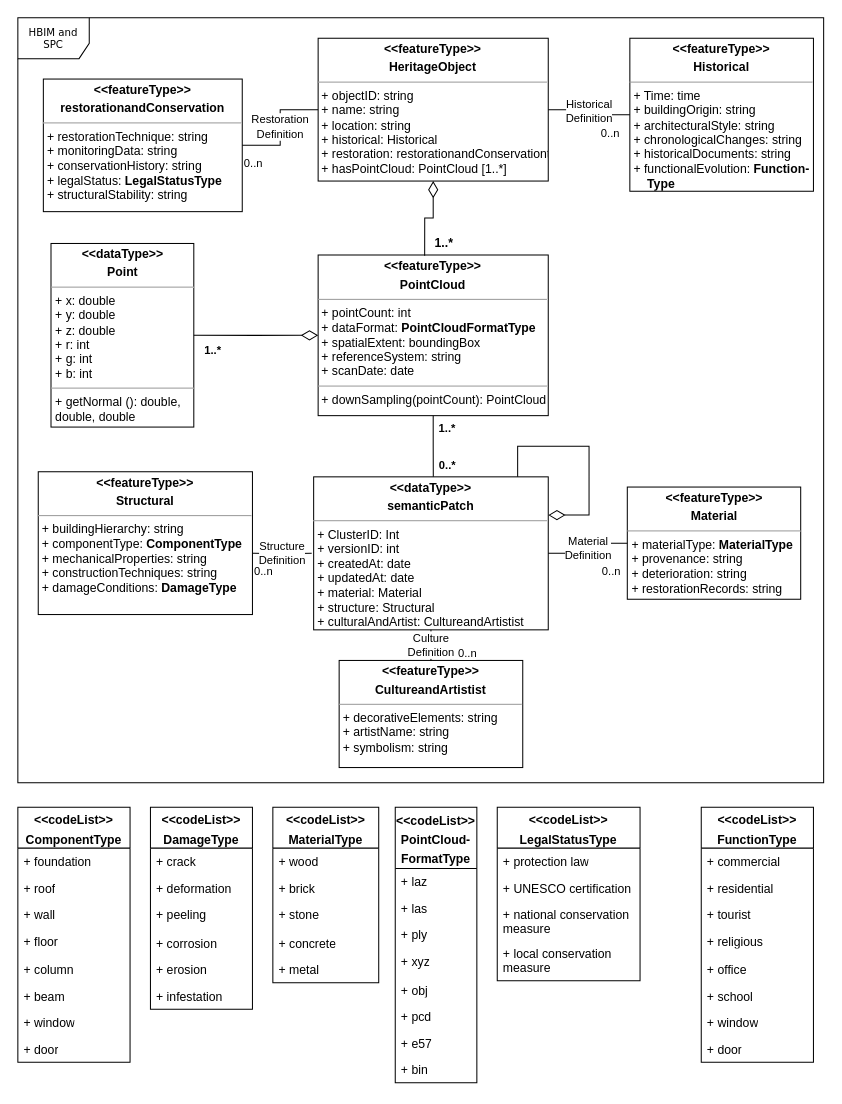
Earlier version of the draw.io diagram Untitled Diagram.drawio (Zhuoyuee/thesis). Source tidied: cells renumbered, new cells numbered last; positions are measured from the earlier drawing's top-left corner, leaving out a move shared by most shapes. Both pictures are drawn from the tidied source at 102%, with x=0, y=0 at pixel (17, 17).
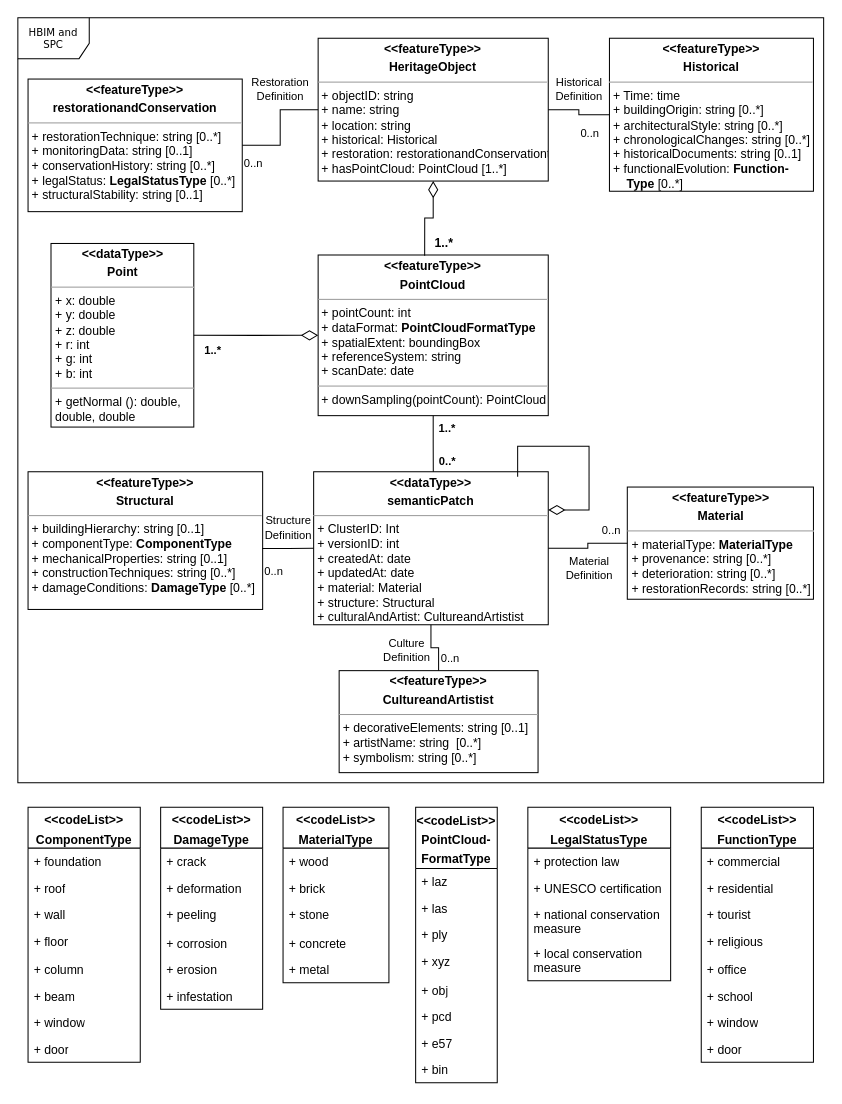
After the change.

Unchanged cells that the change refers to:
```xml
<mxCell id="4" value="&lt;p style=&quot;margin:0px;margin-top:4px;text-align:center;&quot;&gt;&lt;b&gt;&amp;lt;&amp;lt;featureType&amp;gt;&amp;gt;&lt;/b&gt;&lt;b&gt;&lt;/b&gt;&lt;/p&gt;&lt;p style=&quot;margin:0px;margin-top:4px;text-align:center;&quot;&gt;&lt;b&gt;HeritageObject&lt;/b&gt;&lt;/p&gt;&lt;hr size=&quot;1&quot;&gt;&lt;p style=&quot;margin:0px;margin-left:4px;&quot;&gt;+ objectID: string&lt;br&gt;+ name: string&lt;/p&gt;&lt;p style=&quot;margin:0px;margin-left:4px;&quot;&gt;+ location: string&lt;/p&gt;&lt;p style=&quot;margin:0px;margin-left:4px;&quot;&gt;+ historical: Historical&lt;/p&gt;&lt;p style=&quot;margin: 0px 0px 0px 4px;&quot;&gt;+ restoration:&amp;nbsp;&lt;span style=&quot;background-color: transparent; color: light-dark(rgb(0, 0, 0), rgb(255, 255, 255)); text-align: center;&quot;&gt;restorationandConservationt&lt;/span&gt;&lt;/p&gt;&lt;p style=&quot;margin:0px;margin-left:4px;&quot;&gt;+ hasPointCloud: PointCloud [1..*]&lt;/p&gt;" style="verticalAlign=top;align=left;overflow=fill;fontSize=12;fontFamily=Helvetica;html=1;rounded=0;shadow=0;comic=0;labelBackgroundColor=none;strokeWidth=1;" parent="1" vertex="1">
  <mxGeometry x="294.4" y="20" width="225.6" height="140" as="geometry" />
</mxCell>
```

Change to the diagram source:
```diff
@@
-    <mxCell id="6" value="&lt;p style=&quot;margin:0px;margin-top:4px;text-align:center;&quot;&gt;&lt;b&gt;&amp;lt;&amp;lt;featureType&amp;gt;&amp;gt;&lt;/b&gt;&lt;b&gt;&lt;/b&gt;&lt;/p&gt;&lt;p style=&quot;margin:0px;margin-top:4px;text-align:center;&quot;&gt;&lt;b&gt;Historical&lt;/b&gt;&lt;/p&gt;&lt;hr size=&quot;1&quot;&gt;&lt;p style=&quot;margin:0px;margin-left:4px;&quot;&gt;+ Time: time&lt;/p&gt;&lt;p style=&quot;margin:0px;margin-left:4px;&quot;&gt;+ buildingOrigin: string&lt;/p&gt;&lt;p style=&quot;margin:0px;margin-left:4px;&quot;&gt;+ architecturalStyle: string&lt;/p&gt;&lt;p style=&quot;margin:0px;margin-left:4px;&quot;&gt;+ chronologicalChanges: string&lt;/p&gt;&lt;p style=&quot;margin:0px;margin-left:4px;&quot;&gt;+ historicalDocuments: string&lt;/p&gt;&lt;p style=&quot;margin:0px;margin-left:4px;&quot;&gt;+ functionalEvolution: &lt;b&gt;Function-&lt;/b&gt;&lt;/p&gt;&lt;p style=&quot;margin:0px;margin-left:4px;&quot;&gt;&lt;b&gt;&amp;nbsp; &amp;nbsp; T&lt;span style=&quot;background-color: transparent; color: light-dark(rgb(0, 0, 0), rgb(255, 255, 255));&quot;&gt;ype&lt;/span&gt;&lt;/b&gt;&lt;/p&gt;" style="verticalAlign=top;align=left;overflow=fill;fontSize=12;fontFamily=Helvetica;html=1;rounded=0;shadow=0;comic=0;labelBackgroundColor=none;strokeWidth=1;" parent="1" vertex="1">
-      <mxGeometry x="600" y="20" width="180" height="150" as="geometry" />
+    <mxCell id="6" value="&lt;p style=&quot;margin:0px;margin-top:4px;text-align:center;&quot;&gt;&lt;b&gt;&amp;lt;&amp;lt;featureType&amp;gt;&amp;gt;&lt;/b&gt;&lt;b&gt;&lt;/b&gt;&lt;/p&gt;&lt;p style=&quot;margin:0px;margin-top:4px;text-align:center;&quot;&gt;&lt;b&gt;Historical&lt;/b&gt;&lt;/p&gt;&lt;hr size=&quot;1&quot;&gt;&lt;p style=&quot;margin:0px;margin-left:4px;&quot;&gt;+ Time: time&lt;/p&gt;&lt;p style=&quot;margin:0px;margin-left:4px;&quot;&gt;+ buildingOrigin: string&amp;nbsp;&lt;span style=&quot;background-color: transparent; color: light-dark(rgb(0, 0, 0), rgb(255, 255, 255));&quot;&gt;[0..*]&lt;/span&gt;&lt;/p&gt;&lt;p style=&quot;margin:0px;margin-left:4px;&quot;&gt;+ architecturalStyle: string&amp;nbsp;[0..*]&lt;/p&gt;&lt;p style=&quot;margin:0px;margin-left:4px;&quot;&gt;+ chronologicalChanges: string&amp;nbsp;[0..*]&lt;/p&gt;&lt;p style=&quot;margin:0px;margin-left:4px;&quot;&gt;+ historicalDocuments: string&amp;nbsp;[0..1]&lt;/p&gt;&lt;p style=&quot;margin:0px;margin-left:4px;&quot;&gt;+ functionalEvolution: &lt;b&gt;Function-&lt;/b&gt;&lt;/p&gt;&lt;p style=&quot;margin:0px;margin-left:4px;&quot;&gt;&lt;b&gt;&amp;nbsp; &amp;nbsp; T&lt;span style=&quot;background-color: transparent; color: light-dark(rgb(0, 0, 0), rgb(255, 255, 255));&quot;&gt;ype&amp;nbsp;&lt;/span&gt;&lt;/b&gt;&lt;span style=&quot;background-color: transparent; color: light-dark(rgb(0, 0, 0), rgb(255, 255, 255));&quot;&gt;[0..*]&lt;/span&gt;&lt;/p&gt;" style="verticalAlign=top;align=left;overflow=fill;fontSize=12;fontFamily=Helvetica;html=1;rounded=0;shadow=0;comic=0;labelBackgroundColor=none;strokeWidth=1;" parent="1" vertex="1">
+      <mxGeometry x="580" y="20" width="200" height="150" as="geometry" />
     </mxCell>
-    <mxCell id="7" value="&lt;p style=&quot;margin:0px;margin-top:4px;text-align:center;&quot;&gt;&lt;b&gt;&amp;lt;&amp;lt;featureType&amp;gt;&amp;gt;&lt;/b&gt;&lt;b&gt;&lt;/b&gt;&lt;/p&gt;&lt;p style=&quot;margin:0px;margin-top:4px;text-align:center;&quot;&gt;&lt;b&gt;CultureandArtistist&lt;/b&gt;&lt;/p&gt;&lt;hr size=&quot;1&quot;&gt;&lt;p style=&quot;margin:0px;margin-left:4px;&quot;&gt;+ decorativeElements: string&lt;/p&gt;&lt;p style=&quot;margin:0px;margin-left:4px;&quot;&gt;+ artistName: string&lt;br&gt;&lt;/p&gt;&lt;p style=&quot;margin:0px;margin-left:4px;&quot;&gt;+ symbolism: string&lt;/p&gt;&lt;p style=&quot;margin:0px;margin-left:4px;&quot;&gt;&lt;br&gt;&lt;/p&gt;&lt;hr size=&quot;1&quot;&gt;&lt;p style=&quot;margin:0px;margin-left:4px;&quot;&gt;&lt;br&gt;&lt;/p&gt;" style="verticalAlign=top;align=left;overflow=fill;fontSize=12;fontFamily=Helvetica;html=1;rounded=0;shadow=0;comic=0;labelBackgroundColor=none;strokeWidth=1;" parent="1" vertex="1">
-      <mxGeometry x="315" y="630" width="180" height="105" as="geometry" />
+    <mxCell id="7" value="&lt;p style=&quot;margin:0px;margin-top:4px;text-align:center;&quot;&gt;&lt;b&gt;&amp;lt;&amp;lt;featureType&amp;gt;&amp;gt;&lt;/b&gt;&lt;b&gt;&lt;/b&gt;&lt;/p&gt;&lt;p style=&quot;margin:0px;margin-top:4px;text-align:center;&quot;&gt;&lt;b&gt;CultureandArtistist&lt;/b&gt;&lt;/p&gt;&lt;hr size=&quot;1&quot;&gt;&lt;p style=&quot;margin:0px;margin-left:4px;&quot;&gt;+ decorativeElements: string [0..1]&lt;/p&gt;&lt;p style=&quot;margin:0px;margin-left:4px;&quot;&gt;+ artistName: string&amp;nbsp; [0..*]&lt;br&gt;&lt;/p&gt;&lt;p style=&quot;margin:0px;margin-left:4px;&quot;&gt;+ symbolism: string&amp;nbsp;[0..*]&lt;/p&gt;&lt;p style=&quot;margin:0px;margin-left:4px;&quot;&gt;&lt;br&gt;&lt;/p&gt;&lt;hr size=&quot;1&quot;&gt;&lt;p style=&quot;margin:0px;margin-left:4px;&quot;&gt;&lt;br&gt;&lt;/p&gt;" style="verticalAlign=top;align=left;overflow=fill;fontSize=12;fontFamily=Helvetica;html=1;rounded=0;shadow=0;comic=0;labelBackgroundColor=none;strokeWidth=1;" parent="1" vertex="1">
+      <mxGeometry x="315" y="640" width="195" height="100" as="geometry" />
     </mxCell>
     <mxCell id="8" value="&lt;p style=&quot;margin:0px;margin-top:4px;text-align:center;&quot;&gt;&lt;b&gt;&amp;lt;&amp;lt;dataType&amp;gt;&amp;gt;&lt;/b&gt;&lt;b&gt;&lt;/b&gt;&lt;/p&gt;&lt;p style=&quot;margin:0px;margin-top:4px;text-align:center;&quot;&gt;&lt;b&gt;semanticPatch&lt;/b&gt;&lt;/p&gt;&lt;hr size=&quot;1&quot;&gt;&lt;p style=&quot;margin:0px;margin-left:4px;&quot;&gt;+ ClusterID: Int&lt;/p&gt;&lt;p style=&quot;margin:0px;margin-left:4px;&quot;&gt;+&amp;nbsp;versionID: int&lt;/p&gt;&lt;p style=&quot;margin:0px;margin-left:4px;&quot;&gt;+&amp;nbsp;createdAt: date&lt;/p&gt;&lt;p style=&quot;margin:0px;margin-left:4px;&quot;&gt;+&amp;nbsp;updatedAt: date&lt;br&gt;+ material: Material&lt;br&gt;&lt;/p&gt;&lt;p style=&quot;margin:0px;margin-left:4px;&quot;&gt;+ structure: Structural&lt;/p&gt;&lt;p style=&quot;margin:0px;margin-left:4px;&quot;&gt;&lt;span style=&quot;background-color: transparent;&quot;&gt;+ culturalAndArtist:&amp;nbsp;&lt;/span&gt;&lt;span style=&quot;background-color: transparent; color: light-dark(rgb(0, 0, 0), rgb(255, 255, 255)); text-align: center;&quot;&gt;CultureandArtistist&lt;/span&gt;&lt;/p&gt;" style="verticalAlign=top;align=left;overflow=fill;fontSize=12;fontFamily=Helvetica;html=1;rounded=0;shadow=0;comic=0;labelBackgroundColor=none;strokeWidth=1;" parent="1" vertex="1">
-      <mxGeometry x="290" y="450" width="230" height="150" as="geometry" />
+      <mxGeometry x="290" y="445" width="230" height="150" as="geometry" />
     </mxCell>
@@
     <mxCell id="10" value="&lt;p style=&quot;text-wrap-mode: nowrap; margin: 4px 0px 0px;&quot;&gt;&lt;b&gt;&amp;lt;&amp;lt;codeList&amp;gt;&amp;gt;&lt;/b&gt;&lt;/p&gt;&lt;p style=&quot;text-wrap-mode: nowrap; margin: 4px 0px 0px;&quot;&gt;&lt;b&gt;MaterialType&lt;/b&gt;&lt;/p&gt;" style="swimlane;fontStyle=0;horizontal=1;startSize=40;fillColor=none;whiteSpace=wrap;html=1;" parent="1" vertex="1">
-      <mxGeometry x="250" y="774" width="103.8" height="172" as="geometry" />
+      <mxGeometry x="260" y="774" width="103.8" height="172" as="geometry" />
     </mxCell>
@@
     <mxCell id="16" value="&lt;p style=&quot;text-wrap-mode: nowrap; margin: 4px 0px 0px;&quot;&gt;&lt;b&gt;&amp;lt;&amp;lt;codeList&amp;gt;&amp;gt;&lt;/b&gt;&lt;/p&gt;&lt;p style=&quot;text-wrap-mode: nowrap; margin: 4px 0px 0px;&quot;&gt;&lt;b&gt;ComponentType&lt;/b&gt;&lt;/p&gt;" style="swimlane;fontStyle=0;horizontal=1;startSize=40;fillColor=none;whiteSpace=wrap;html=1;" parent="1" vertex="1">
-      <mxGeometry y="774" width="110" height="250" as="geometry" />
+      <mxGeometry x="10" y="774" width="110" height="250" as="geometry" />
     </mxCell>
@@
-    <mxCell id="25" value="&lt;p style=&quot;margin:0px;margin-top:4px;text-align:center;&quot;&gt;&lt;b&gt;&amp;lt;&amp;lt;featureType&amp;gt;&amp;gt;&lt;/b&gt;&lt;b&gt;&lt;/b&gt;&lt;/p&gt;&lt;p style=&quot;margin:0px;margin-top:4px;text-align:center;&quot;&gt;&lt;b&gt;Material&lt;/b&gt;&lt;/p&gt;&lt;hr size=&quot;1&quot;&gt;&lt;p style=&quot;margin:0px;margin-left:4px;&quot;&gt;+ materialType:&amp;nbsp;&lt;b style=&quot;background-color: transparent; color: light-dark(rgb(0, 0, 0), rgb(255, 255, 255)); text-align: center;&quot;&gt;MaterialType&lt;/b&gt;&lt;/p&gt;&lt;p style=&quot;margin:0px;margin-left:4px;&quot;&gt;+ provenance: string&lt;/p&gt;&lt;p style=&quot;margin:0px;margin-left:4px;&quot;&gt;+ deterioration: string&lt;/p&gt;&lt;p style=&quot;margin:0px;margin-left:4px;&quot;&gt;+ restorationRecords: string&lt;/p&gt;" style="verticalAlign=top;align=left;overflow=fill;fontSize=12;fontFamily=Helvetica;html=1;rounded=0;shadow=0;comic=0;labelBackgroundColor=none;strokeWidth=1;" parent="1" vertex="1">
-      <mxGeometry x="597.5" y="460" width="170" height="110" as="geometry" />
+    <mxCell id="25" value="&lt;p style=&quot;margin:0px;margin-top:4px;text-align:center;&quot;&gt;&lt;b&gt;&amp;lt;&amp;lt;featureType&amp;gt;&amp;gt;&lt;/b&gt;&lt;b&gt;&lt;/b&gt;&lt;/p&gt;&lt;p style=&quot;margin:0px;margin-top:4px;text-align:center;&quot;&gt;&lt;b&gt;Material&lt;/b&gt;&lt;/p&gt;&lt;hr size=&quot;1&quot;&gt;&lt;p style=&quot;margin:0px;margin-left:4px;&quot;&gt;+ materialType:&amp;nbsp;&lt;b style=&quot;background-color: transparent; color: light-dark(rgb(0, 0, 0), rgb(255, 255, 255)); text-align: center;&quot;&gt;MaterialType&lt;/b&gt;&lt;/p&gt;&lt;p style=&quot;margin:0px;margin-left:4px;&quot;&gt;+ provenance: string&amp;nbsp;&lt;span style=&quot;background-color: transparent; color: light-dark(rgb(0, 0, 0), rgb(255, 255, 255));&quot;&gt;[0..*]&lt;/span&gt;&lt;/p&gt;&lt;p style=&quot;margin:0px;margin-left:4px;&quot;&gt;+ deterioration: string&amp;nbsp;&lt;span style=&quot;background-color: transparent; color: light-dark(rgb(0, 0, 0), rgb(255, 255, 255));&quot;&gt;[0..*]&lt;/span&gt;&lt;/p&gt;&lt;p style=&quot;margin:0px;margin-left:4px;&quot;&gt;+ restorationRecords: string&amp;nbsp;&lt;span style=&quot;background-color: transparent; color: light-dark(rgb(0, 0, 0), rgb(255, 255, 255));&quot;&gt;[0..*]&lt;/span&gt;&lt;/p&gt;" style="verticalAlign=top;align=left;overflow=fill;fontSize=12;fontFamily=Helvetica;html=1;rounded=0;shadow=0;comic=0;labelBackgroundColor=none;strokeWidth=1;" parent="1" vertex="1">
+      <mxGeometry x="597.5" y="460" width="182.5" height="110" as="geometry" />
     </mxCell>
-    <mxCell id="26" value="&lt;p style=&quot;margin:0px;margin-top:4px;text-align:center;&quot;&gt;&lt;b&gt;&amp;lt;&amp;lt;featureType&amp;gt;&amp;gt;&lt;/b&gt;&lt;b&gt;&lt;/b&gt;&lt;/p&gt;&lt;p style=&quot;margin:0px;margin-top:4px;text-align:center;&quot;&gt;&lt;b&gt;Structural&lt;/b&gt;&lt;/p&gt;&lt;hr size=&quot;1&quot;&gt;&lt;p style=&quot;margin:0px;margin-left:4px;&quot;&gt;+ buildingHierarchy: string&lt;/p&gt;&lt;p style=&quot;margin:0px;margin-left:4px;&quot;&gt;+ componentType:&amp;nbsp;&lt;b style=&quot;background-color: transparent; color: light-dark(rgb(0, 0, 0), rgb(255, 255, 255)); text-align: center;&quot;&gt;ComponentType&lt;/b&gt;&lt;/p&gt;&lt;p style=&quot;margin:0px;margin-left:4px;&quot;&gt;+ mechanicalProperties: string&lt;/p&gt;&lt;p style=&quot;margin:0px;margin-left:4px;&quot;&gt;+ constructionTechniques: string&lt;/p&gt;&lt;p style=&quot;margin:0px;margin-left:4px;&quot;&gt;+ damageConditions: &lt;b&gt;DamageType&lt;/b&gt;&lt;/p&gt;" style="verticalAlign=top;align=left;overflow=fill;fontSize=12;fontFamily=Helvetica;html=1;rounded=0;shadow=0;comic=0;labelBackgroundColor=none;strokeWidth=1;" parent="1" vertex="1">
-      <mxGeometry x="20" y="445" width="210" height="140" as="geometry" />
+    <mxCell id="26" value="&lt;p style=&quot;margin:0px;margin-top:4px;text-align:center;&quot;&gt;&lt;b&gt;&amp;lt;&amp;lt;featureType&amp;gt;&amp;gt;&lt;/b&gt;&lt;b&gt;&lt;/b&gt;&lt;/p&gt;&lt;p style=&quot;margin:0px;margin-top:4px;text-align:center;&quot;&gt;&lt;b&gt;Structural&lt;/b&gt;&lt;/p&gt;&lt;hr size=&quot;1&quot;&gt;&lt;p style=&quot;margin:0px;margin-left:4px;&quot;&gt;+ buildingHierarchy: string&amp;nbsp;[0..1]&lt;/p&gt;&lt;p style=&quot;margin:0px;margin-left:4px;&quot;&gt;+ componentType:&amp;nbsp;&lt;b style=&quot;background-color: transparent; color: light-dark(rgb(0, 0, 0), rgb(255, 255, 255)); text-align: center;&quot;&gt;ComponentType&lt;/b&gt;&lt;/p&gt;&lt;p style=&quot;margin:0px;margin-left:4px;&quot;&gt;+ mechanicalProperties: string&amp;nbsp;[0..1]&lt;/p&gt;&lt;p style=&quot;margin:0px;margin-left:4px;&quot;&gt;+ constructionTechniques: string&amp;nbsp;[0..*]&lt;/p&gt;&lt;p style=&quot;margin:0px;margin-left:4px;&quot;&gt;+ damageConditions: &lt;b&gt;DamageType&amp;nbsp;&lt;/b&gt;&lt;span style=&quot;background-color: transparent; color: light-dark(rgb(0, 0, 0), rgb(255, 255, 255));&quot;&gt;[0..*]&lt;/span&gt;&lt;/p&gt;" style="verticalAlign=top;align=left;overflow=fill;fontSize=12;fontFamily=Helvetica;html=1;rounded=0;shadow=0;comic=0;labelBackgroundColor=none;strokeWidth=1;" parent="1" vertex="1">
+      <mxGeometry x="10" y="445" width="230" height="135" as="geometry" />
     </mxCell>
     <mxCell id="27" value="&lt;p style=&quot;text-wrap-mode: nowrap; margin: 4px 0px 0px;&quot;&gt;&lt;b&gt;&amp;lt;&amp;lt;codeList&amp;gt;&amp;gt;&lt;/b&gt;&lt;/p&gt;&lt;p style=&quot;text-wrap-mode: nowrap; margin: 4px 0px 0px;&quot;&gt;&lt;b&gt;DamageType&lt;/b&gt;&lt;/p&gt;" style="swimlane;fontStyle=0;horizontal=1;startSize=40;fillColor=none;whiteSpace=wrap;html=1;" parent="1" vertex="1">
-      <mxGeometry x="130" y="774" width="100" height="198" as="geometry" />
+      <mxGeometry x="140" y="774" width="100" height="198" as="geometry" />
     </mxCell>
@@
     <mxCell id="34" value="&lt;p style=&quot;text-wrap-mode: nowrap; margin: 4px 0px 0px;&quot;&gt;&lt;b&gt;&amp;lt;&amp;lt;codeList&amp;gt;&amp;gt;&lt;/b&gt;&lt;/p&gt;&lt;p style=&quot;text-wrap-mode: nowrap; margin: 4px 0px 0px;&quot;&gt;&lt;span style=&quot;background-color: transparent; color: light-dark(rgb(0, 0, 0), rgb(255, 255, 255)); text-wrap-mode: wrap;&quot;&gt;&lt;b&gt;LegalStatusType&lt;/b&gt;&lt;/span&gt;&lt;/p&gt;" style="swimlane;fontStyle=0;horizontal=1;startSize=40;fillColor=none;whiteSpace=wrap;html=1;" parent="1" vertex="1">
-      <mxGeometry x="470" y="774" width="140" height="170" as="geometry" />
+      <mxGeometry x="500" y="774" width="140" height="170" as="geometry" />
     </mxCell>
@@
     <mxCell id="39" value="&lt;p style=&quot;text-wrap-mode: nowrap; margin: 4px 0px 0px;&quot;&gt;&lt;b&gt;&amp;lt;&amp;lt;codeList&amp;gt;&amp;gt;&lt;/b&gt;&lt;/p&gt;&lt;p style=&quot;text-wrap-mode: nowrap; margin: 4px 0px 0px;&quot;&gt;&lt;b&gt;PointCloud-&lt;/b&gt;&lt;/p&gt;&lt;p style=&quot;text-wrap-mode: nowrap; margin: 4px 0px 0px;&quot;&gt;&lt;b&gt;F&lt;/b&gt;&lt;b style=&quot;background-color: transparent; color: light-dark(rgb(0, 0, 0), rgb(255, 255, 255));&quot;&gt;ormatType&lt;/b&gt;&lt;/p&gt;" style="swimlane;fontStyle=0;horizontal=1;startSize=60;fillColor=none;whiteSpace=wrap;html=1;" parent="1" vertex="1">
-      <mxGeometry x="370" y="774" width="80" height="270" as="geometry" />
+      <mxGeometry x="390" y="774" width="80" height="270" as="geometry" />
     </mxCell>
@@
-    <mxCell id="48" value="&lt;p style=&quot;margin:0px;margin-top:4px;text-align:center;&quot;&gt;&lt;b&gt;&amp;lt;&amp;lt;featureType&amp;gt;&amp;gt;&lt;/b&gt;&lt;b&gt;&lt;/b&gt;&lt;/p&gt;&lt;p style=&quot;margin:0px;margin-top:4px;text-align:center;&quot;&gt;&lt;b&gt;restorationandConservation&lt;/b&gt;&lt;/p&gt;&lt;hr size=&quot;1&quot;&gt;&lt;p style=&quot;margin:0px;margin-left:4px;&quot;&gt;+ restorationTechnique: string&lt;/p&gt;&lt;p style=&quot;margin:0px;margin-left:4px;&quot;&gt;+ monitoringData: string&lt;br&gt;&lt;/p&gt;&lt;p style=&quot;margin:0px;margin-left:4px;&quot;&gt;+ conservationHistory: string&lt;/p&gt;&lt;p style=&quot;margin:0px;margin-left:4px;&quot;&gt;+ legalStatus: &lt;b&gt;Le&lt;span style=&quot;background-color: transparent; color: light-dark(rgb(0, 0, 0), rgb(255, 255, 255));&quot;&gt;galStatusType&lt;/span&gt;&lt;/b&gt;&lt;/p&gt;&lt;p style=&quot;margin:0px;margin-left:4px;&quot;&gt;+ structuralStability: string&lt;/p&gt;&lt;p style=&quot;margin:0px;margin-left:4px;&quot;&gt;&lt;br&gt;&lt;/p&gt;&lt;hr size=&quot;1&quot;&gt;&lt;p style=&quot;margin:0px;margin-left:4px;&quot;&gt;&lt;br&gt;&lt;/p&gt;" style="verticalAlign=top;align=left;overflow=fill;fontSize=12;fontFamily=Helvetica;html=1;rounded=0;shadow=0;comic=0;labelBackgroundColor=none;strokeWidth=1;" parent="1" vertex="1">
-      <mxGeometry x="25" y="60" width="195" height="130" as="geometry" />
+    <mxCell id="48" value="&lt;p style=&quot;margin:0px;margin-top:4px;text-align:center;&quot;&gt;&lt;b&gt;&amp;lt;&amp;lt;featureType&amp;gt;&amp;gt;&lt;/b&gt;&lt;b&gt;&lt;/b&gt;&lt;/p&gt;&lt;p style=&quot;margin:0px;margin-top:4px;text-align:center;&quot;&gt;&lt;b&gt;restorationandConservation&lt;/b&gt;&lt;/p&gt;&lt;hr size=&quot;1&quot;&gt;&lt;p style=&quot;margin:0px;margin-left:4px;&quot;&gt;+ restorationTechnique: string&amp;nbsp;[0..*]&amp;nbsp;&lt;/p&gt;&lt;p style=&quot;margin:0px;margin-left:4px;&quot;&gt;+ monitoringData: string&amp;nbsp;[0..1]&lt;br&gt;&lt;/p&gt;&lt;p style=&quot;margin:0px;margin-left:4px;&quot;&gt;+ conservationHistory: string&amp;nbsp;[0..*]&lt;/p&gt;&lt;p style=&quot;margin:0px;margin-left:4px;&quot;&gt;+ legalStatus: &lt;b&gt;Le&lt;span style=&quot;background-color: transparent; color: light-dark(rgb(0, 0, 0), rgb(255, 255, 255));&quot;&gt;galStatusType&amp;nbsp;&lt;/span&gt;&lt;/b&gt;&lt;span style=&quot;background-color: transparent; color: light-dark(rgb(0, 0, 0), rgb(255, 255, 255));&quot;&gt;[0..*]&lt;/span&gt;&lt;b style=&quot;background-color: transparent; color: light-dark(rgb(0, 0, 0), rgb(255, 255, 255));&quot;&gt;&lt;span style=&quot;background-color: transparent; color: light-dark(rgb(0, 0, 0), rgb(255, 255, 255));&quot;&gt;&amp;nbsp;&lt;/span&gt;&lt;/b&gt;&lt;/p&gt;&lt;p style=&quot;margin:0px;margin-left:4px;&quot;&gt;+ structuralStability: string&amp;nbsp;[0..1]&lt;/p&gt;&lt;p style=&quot;margin:0px;margin-left:4px;&quot;&gt;&lt;br&gt;&lt;/p&gt;&lt;hr size=&quot;1&quot;&gt;&lt;p style=&quot;margin:0px;margin-left:4px;&quot;&gt;&lt;br&gt;&lt;/p&gt;" style="verticalAlign=top;align=left;overflow=fill;fontSize=12;fontFamily=Helvetica;html=1;rounded=0;shadow=0;comic=0;labelBackgroundColor=none;strokeWidth=1;" parent="1" vertex="1">
+      <mxGeometry x="10" y="60" width="210" height="130" as="geometry" />
     </mxCell>
@@
-    <mxCell id="62" value="Structure&lt;div&gt;Definition&lt;/div&gt;" style="endArrow=none;html=1;endSize=12;startArrow=none;startSize=14;startFill=0;edgeStyle=orthogonalEdgeStyle;rounded=0;exitX=0.997;exitY=0.537;exitDx=0;exitDy=0;exitPerimeter=0;entryX=-0.011;entryY=0.468;entryDx=0;entryDy=0;entryPerimeter=0;" parent="1" edge="1">
-      <mxGeometry relative="1" as="geometry">
-        <mxPoint x="230" y="524.9" as="sourcePoint" />
-        <mxPoint x="288.1" y="525" as="targetPoint" />
-      </mxGeometry>
+    <mxCell id="62" value="Structure&lt;div&gt;Definition&lt;/div&gt;" style="endArrow=none;html=1;endSize=12;startArrow=none;startSize=14;startFill=0;edgeStyle=orthogonalEdgeStyle;rounded=0;exitX=0.998;exitY=0.557;exitDx=0;exitDy=0;exitPerimeter=0;entryX=0;entryY=0.5;entryDx=0;entryDy=0;" parent="1" edge="1" source="26" target="8">
+      <mxGeometry x="0.02" y="20" relative="1" as="geometry" />
     </mxCell>
     <mxCell id="63" value="0..n" style="edgeLabel;html=1;align=left;verticalAlign=top;" parent="62" vertex="1">
       <mxGeometry x="-1" relative="1" as="geometry">
-        <mxPoint y="5" as="offset" />
+        <mxPoint y="10" as="offset" />
       </mxGeometry>
     </mxCell>
     <mxCell id="64" value="Material&lt;div&gt;Definition&lt;/div&gt;" style="endArrow=none;html=1;endSize=12;startArrow=none;startSize=14;startFill=0;edgeStyle=orthogonalEdgeStyle;rounded=0;exitX=0;exitY=0.5;exitDx=0;exitDy=0;entryX=1;entryY=0.5;entryDx=0;entryDy=0;" parent="1" edge="1" source="25" target="8">
-      <mxGeometry relative="1" as="geometry" />
+      <mxGeometry x="0.06" y="20" relative="1" as="geometry">
+        <mxPoint x="1" as="offset" />
+      </mxGeometry>
     </mxCell>
     <mxCell id="65" value="0..n" style="edgeLabel;html=1;align=left;verticalAlign=top;" parent="64" vertex="1">
       <mxGeometry x="-1" relative="1" as="geometry">
-        <mxPoint x="-27" y="15" as="offset" />
+        <mxPoint x="-27" y="-25" as="offset" />
       </mxGeometry>
     </mxCell>
     <mxCell id="66" value="Culture&lt;div&gt;Definition&lt;/div&gt;" style="endArrow=none;html=1;endSize=12;startArrow=none;startSize=14;startFill=0;edgeStyle=orthogonalEdgeStyle;rounded=0;exitX=0.5;exitY=1;exitDx=0;exitDy=0;entryX=0.5;entryY=0;entryDx=0;entryDy=0;" parent="1" edge="1" source="8" target="7">
-      <mxGeometry relative="1" as="geometry" />
+      <mxGeometry x="-0.14" y="-25" relative="1" as="geometry">
+        <mxPoint x="-25" y="-23" as="offset" />
+      </mxGeometry>
     </mxCell>
     <mxCell id="67" value="0..n" style="edgeLabel;html=1;align=left;verticalAlign=top;" parent="66" vertex="1">
       <mxGeometry x="-1" relative="1" as="geometry">
-        <mxPoint x="25" y="10" as="offset" />
+        <mxPoint x="8" y="20" as="offset" />
       </mxGeometry>
     </mxCell>
     <mxCell id="68" value="Restoration&lt;div&gt;Definition&lt;/div&gt;" style="endArrow=none;html=1;endSize=12;startArrow=none;startSize=14;startFill=0;edgeStyle=orthogonalEdgeStyle;rounded=0;exitX=1;exitY=0.5;exitDx=0;exitDy=0;entryX=0;entryY=0.5;entryDx=0;entryDy=0;" parent="1" edge="1" source="48" target="4">
-      <mxGeometry relative="1" as="geometry" />
+      <mxGeometry x="0.32" y="20" relative="1" as="geometry" />
     </mxCell>
@@
     <mxCell id="70" value="Historical&lt;div&gt;Definition&lt;/div&gt;" style="endArrow=none;html=1;endSize=12;startArrow=none;startSize=14;startFill=0;edgeStyle=orthogonalEdgeStyle;rounded=0;exitX=0;exitY=0.5;exitDx=0;exitDy=0;entryX=1;entryY=0.5;entryDx=0;entryDy=0;" parent="1" edge="1" source="6" target="4">
-      <mxGeometry relative="1" as="geometry" />
+      <mxGeometry x="0.08" y="-20" relative="1" as="geometry" />
     </mxCell>
```
